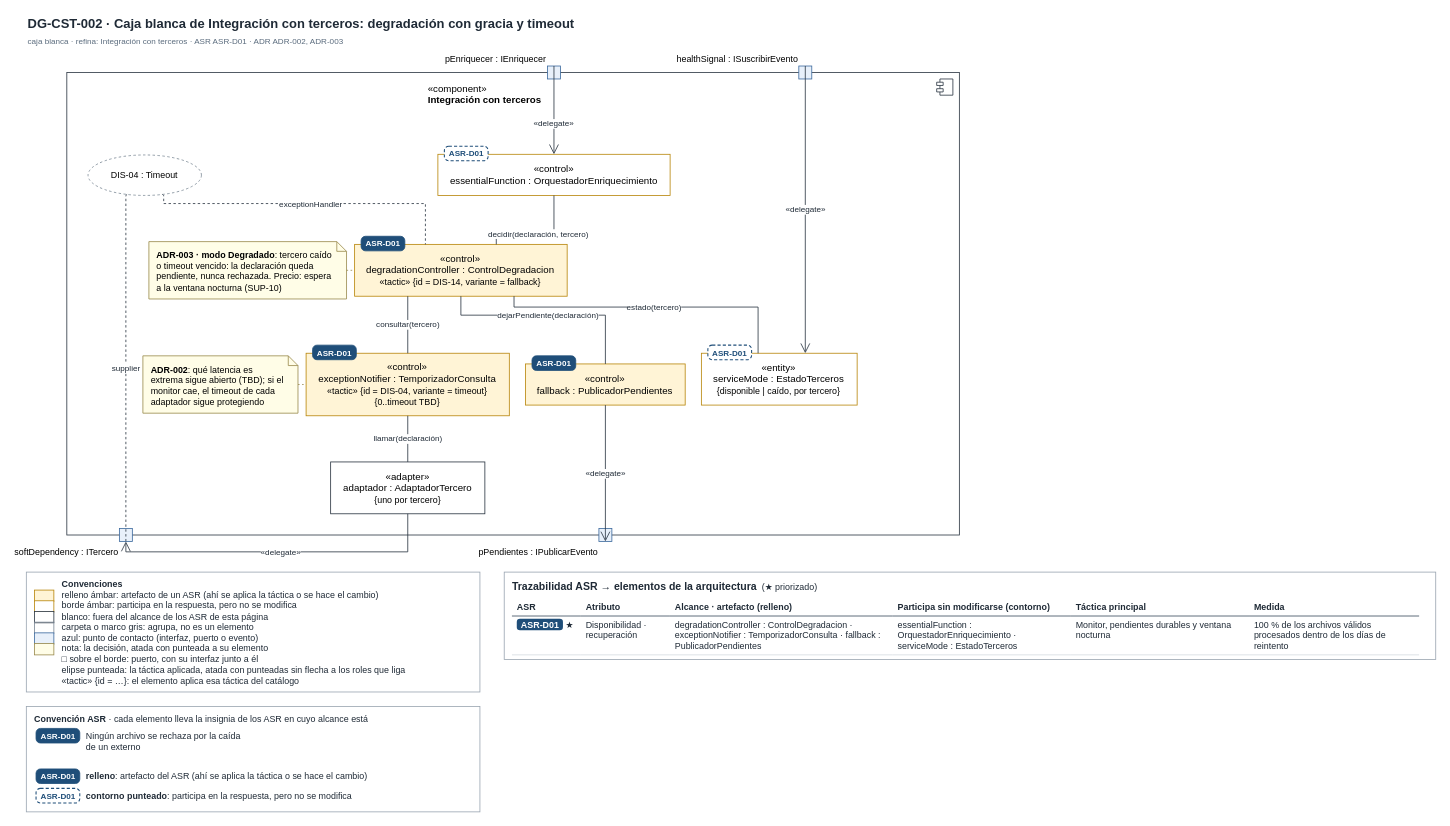
MATI-MBIT/arqsoft-reto-4 keeps this draw.io diagram as page "DG-CST-002 · Integración con terceros (caja blanca)" (3 of 4) of docs/modelos/drawio/vista-componentes.drawio. Above is the earlier version. Source tidied: cells renumbered, new cells numbered last; positions are measured from the earlier drawing's top-left corner, leaving out a move shared by most shapes. Both pictures are drawn from the tidied source at 81%, with x=0, y=0 at pixel (26, 14).
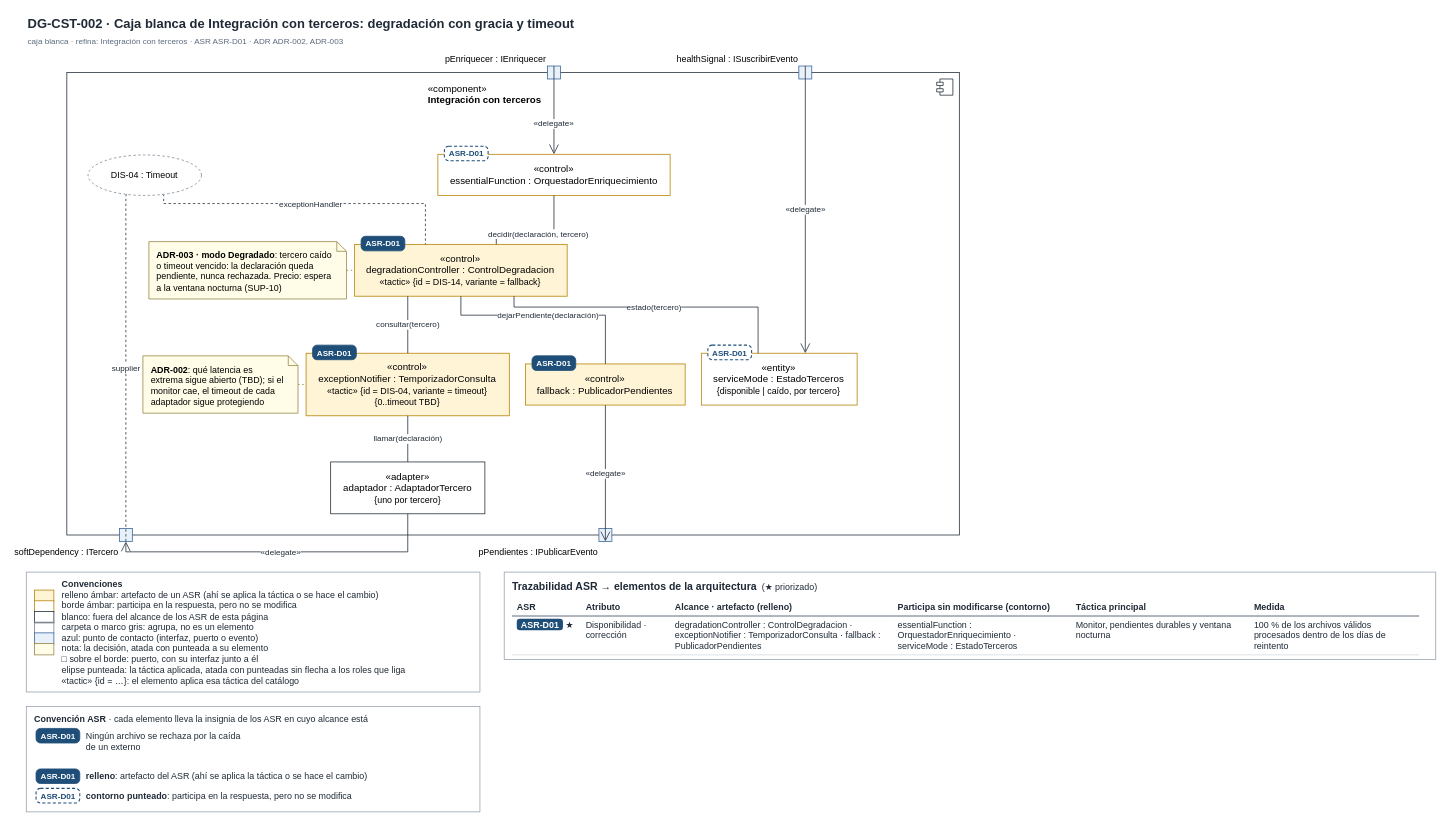
The same diagram, later.

The edit, as a diff of the source:
```diff
@@
-    <mxCell id="51" value="&lt;b style=&quot;font-size:13px&quot;&gt;Trazabilidad ASR → elementos de la arquitectura&lt;/b&gt; &amp;nbsp;(★ priorizado)&lt;table style=&quot;border-collapse:collapse;table-layout:fixed;width:1120px;margin-top:6px;font-size:11px&quot;&gt;&lt;tr&gt;&lt;th style=&quot;border-bottom:1.5px solid #3B4B5C;text-align:left;padding:4px 6px;width:73px&quot;&gt;ASR&lt;/th&gt;&lt;th style=&quot;border-bottom:1.5px solid #3B4B5C;text-align:left;padding:4px 6px;width:98px&quot;&gt;Atributo&lt;/th&gt;&lt;th style=&quot;border-bottom:1.5px solid #3B4B5C;text-align:left;padding:4px 6px;width:263px&quot;&gt;Alcance · artefacto (relleno)&lt;/th&gt;&lt;th style=&quot;border-bottom:1.5px solid #3B4B5C;text-align:left;padding:4px 6px;width:208px&quot;&gt;Participa sin modificarse (contorno)&lt;/th&gt;&lt;th style=&quot;border-bottom:1.5px solid #3B4B5C;text-align:left;padding:4px 6px;width:208px&quot;&gt;Táctica principal&lt;/th&gt;&lt;th style=&quot;border-bottom:1.5px solid #3B4B5C;text-align:left;padding:4px 6px;width:198px&quot;&gt;Medida&lt;/th&gt;&lt;/tr&gt;&lt;tr&gt;&lt;td style=&quot;border-bottom:1px solid #D5DBE1;padding:4px 6px;vertical-align:top;white-space:nowrap&quot;&gt;&lt;span style=&quot;background:#1F4E79;color:#fff;font-weight:bold;padding:1px 5px;border-radius:4px&quot;&gt;ASR-D01&lt;/span&gt; ★&lt;/td&gt;&lt;td style=&quot;border-bottom:1px solid #D5DBE1;padding:4px 6px;vertical-align:top&quot;&gt;Disponibilidad · recuperación&lt;/td&gt;&lt;td style=&quot;border-bottom:1px solid #D5DBE1;padding:4px 6px;vertical-align:top&quot;&gt;degradationController : ControlDegradacion · exceptionNotifier : TemporizadorConsulta · fallback : PublicadorPendientes&lt;/td&gt;&lt;td style=&quot;border-bottom:1px solid #D5DBE1;padding:4px 6px;vertical-align:top&quot;&gt;essentialFunction : OrquestadorEnriquecimiento · serviceMode : EstadoTerceros&lt;/td&gt;&lt;td style=&quot;border-bottom:1px solid #D5DBE1;padding:4px 6px;vertical-align:top&quot;&gt;Monitor, pendientes durables y ventana nocturna&lt;/td&gt;&lt;td style=&quot;border-bottom:1px solid #D5DBE1;padding:4px 6px;vertical-align:top&quot;&gt;100 % de los archivos válidos procesados dentro de los días de reintento&lt;/td&gt;&lt;/tr&gt;&lt;/table&gt;" style="text;rounded=0;whiteSpace=wrap;html=1;fillColor=#FFFFFF;strokeColor=#9AA5B1;align=left;verticalAlign=top;spacingLeft=8;spacingRight=8;spacingTop=4;fontFamily=Helvetica;fontSize=11;fontColor=#1F2A36;" parent="1" vertex="1">
+    <mxCell id="51" value="&lt;b style=&quot;font-size:13px&quot;&gt;Trazabilidad ASR → elementos de la arquitectura&lt;/b&gt; &amp;nbsp;(★ priorizado)&lt;table style=&quot;border-collapse:collapse;table-layout:fixed;width:1120px;margin-top:6px;font-size:11px&quot;&gt;&lt;tr&gt;&lt;th style=&quot;border-bottom:1.5px solid #3B4B5C;text-align:left;padding:4px 6px;width:73px&quot;&gt;ASR&lt;/th&gt;&lt;th style=&quot;border-bottom:1.5px solid #3B4B5C;text-align:left;padding:4px 6px;width:98px&quot;&gt;Atributo&lt;/th&gt;&lt;th style=&quot;border-bottom:1.5px solid #3B4B5C;text-align:left;padding:4px 6px;width:263px&quot;&gt;Alcance · artefacto (relleno)&lt;/th&gt;&lt;th style=&quot;border-bottom:1.5px solid #3B4B5C;text-align:left;padding:4px 6px;width:208px&quot;&gt;Participa sin modificarse (contorno)&lt;/th&gt;&lt;th style=&quot;border-bottom:1.5px solid #3B4B5C;text-align:left;padding:4px 6px;width:208px&quot;&gt;Táctica principal&lt;/th&gt;&lt;th style=&quot;border-bottom:1.5px solid #3B4B5C;text-align:left;padding:4px 6px;width:198px&quot;&gt;Medida&lt;/th&gt;&lt;/tr&gt;&lt;tr&gt;&lt;td style=&quot;border-bottom:1px solid #D5DBE1;padding:4px 6px;vertical-align:top;white-space:nowrap&quot;&gt;&lt;span style=&quot;background:#1F4E79;color:#fff;font-weight:bold;padding:1px 5px;border-radius:4px&quot;&gt;ASR-D01&lt;/span&gt; ★&lt;/td&gt;&lt;td style=&quot;border-bottom:1px solid #D5DBE1;padding:4px 6px;vertical-align:top&quot;&gt;Disponibilidad · corrección&lt;/td&gt;&lt;td style=&quot;border-bottom:1px solid #D5DBE1;padding:4px 6px;vertical-align:top&quot;&gt;degradationController : ControlDegradacion · exceptionNotifier : TemporizadorConsulta · fallback : PublicadorPendientes&lt;/td&gt;&lt;td style=&quot;border-bottom:1px solid #D5DBE1;padding:4px 6px;vertical-align:top&quot;&gt;essentialFunction : OrquestadorEnriquecimiento · serviceMode : EstadoTerceros&lt;/td&gt;&lt;td style=&quot;border-bottom:1px solid #D5DBE1;padding:4px 6px;vertical-align:top&quot;&gt;Monitor, pendientes durables y ventana nocturna&lt;/td&gt;&lt;td style=&quot;border-bottom:1px solid #D5DBE1;padding:4px 6px;vertical-align:top&quot;&gt;100 % de los archivos válidos procesados dentro de los días de reintento&lt;/td&gt;&lt;/tr&gt;&lt;/table&gt;" style="text;rounded=0;whiteSpace=wrap;html=1;fillColor=#FFFFFF;strokeColor=#9AA5B1;align=left;verticalAlign=top;spacingLeft=8;spacingRight=8;spacingTop=4;fontFamily=Helvetica;fontSize=11;fontColor=#1F2A36;" parent="1" vertex="1">
       <mxGeometry x="590" y="688.8" width="1150" height="108" as="geometry" />
     </mxCell>
```
